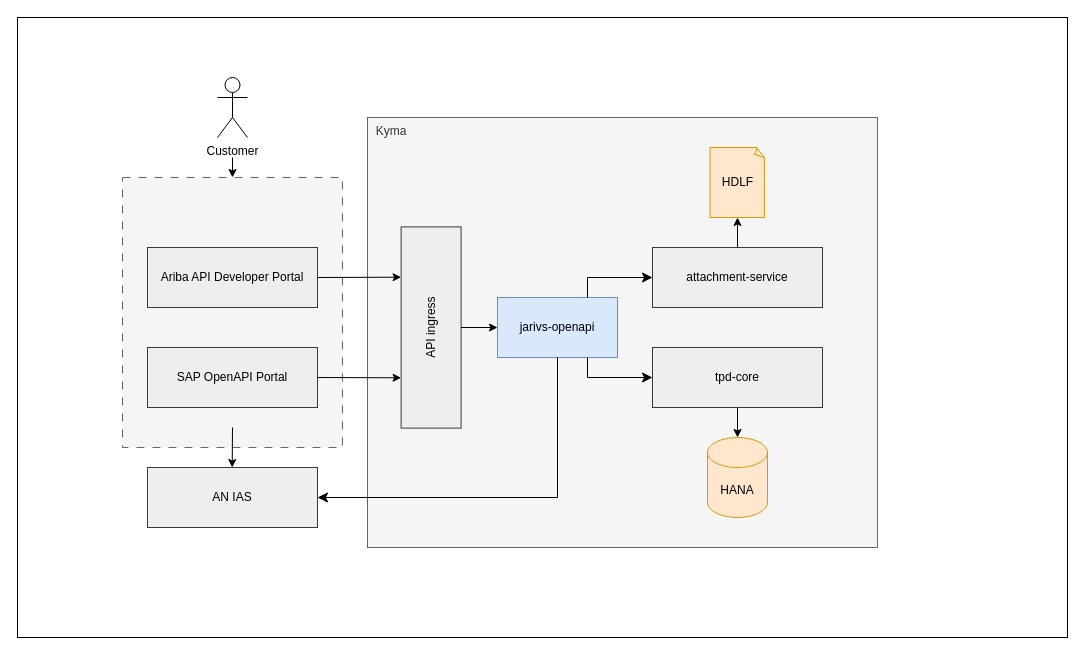
Earlier version of the draw.io diagram page "Page-1" (1 of 2) of certification-ng.drawio (huangshijie/Drawio). Source tidied: cells renumbered, new cells numbered last; positions are measured from the earlier drawing's top-left corner, leaving out a move shared by most shapes. Both pictures are drawn from the tidied source at 100%, with x=0, y=0 at pixel (17, 17).
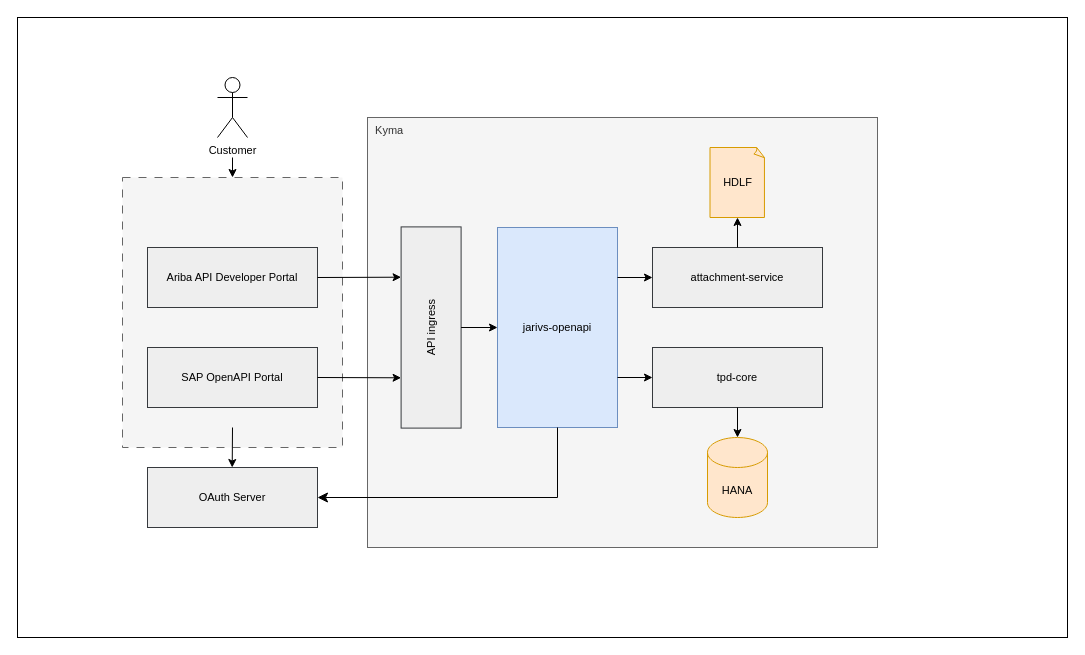
The same page after the edit.

The edit, as a diff of the source:
```diff
@@
-    <mxCell id="2" style="rounded=0;whiteSpace=wrap;html=1;" parent="1" vertex="1">
+    <mxCell id="2" style="rounded=0;whiteSpace=wrap;html=1;fontSize=11;" parent="1" vertex="1">
       <mxGeometry width="1050" height="620" as="geometry" />
     </mxCell>
-    <mxCell id="3" style="rounded=0;whiteSpace=wrap;html=1;fillColor=#f5f5f5;fontColor=#333333;strokeColor=#666666;dashed=1;dashPattern=8 8;" parent="1" vertex="1">
+    <mxCell id="3" style="rounded=0;whiteSpace=wrap;html=1;fillColor=#f5f5f5;fontColor=#333333;strokeColor=#666666;dashed=1;dashPattern=8 8;fontSize=11;" parent="1" vertex="1">
       <mxGeometry x="105" y="160" width="220" height="270" as="geometry" />
     </mxCell>
-    <mxCell id="4" value="&amp;nbsp; Kyma" style="rounded=0;whiteSpace=wrap;html=1;fillColor=#f5f5f5;fontColor=#333333;strokeColor=#666666;align=left;verticalAlign=top;" parent="1" vertex="1">
+    <mxCell id="4" value="&amp;nbsp; Kyma" style="rounded=0;whiteSpace=wrap;html=1;fillColor=#f5f5f5;fontColor=#333333;strokeColor=#666666;align=left;verticalAlign=top;fontSize=11;" parent="1" vertex="1">
       <mxGeometry x="350" y="100" width="510" height="430" as="geometry" />
     </mxCell>
-    <mxCell id="5" value="Ariba API Developer Portal" style="rounded=0;whiteSpace=wrap;html=1;fillColor=#eeeeee;strokeColor=#36393d;" parent="1" vertex="1">
+    <mxCell id="5" value="Ariba API Developer Portal" style="rounded=0;whiteSpace=wrap;html=1;fillColor=#eeeeee;strokeColor=#36393d;fontSize=11;" parent="1" vertex="1">
       <mxGeometry x="130" y="230" width="170" height="60" as="geometry" />
     </mxCell>
-    <mxCell id="6" value="API ingress" style="rounded=0;whiteSpace=wrap;html=1;fillColor=#eeeeee;strokeColor=#36393d;rotation=-90;" parent="1" vertex="1">
+    <mxCell id="6" value="API ingress" style="rounded=0;whiteSpace=wrap;html=1;fillColor=#eeeeee;strokeColor=#36393d;rotation=-90;fontSize=11;" parent="1" vertex="1">
       <mxGeometry x="313" y="280" width="201.2" height="60" as="geometry" />
     </mxCell>
-    <mxCell id="7" value="tpd-core" style="rounded=0;whiteSpace=wrap;html=1;fillColor=#eeeeee;strokeColor=#36393d;" parent="1" vertex="1">
+    <mxCell id="7" value="tpd-core" style="rounded=0;whiteSpace=wrap;html=1;fillColor=#eeeeee;strokeColor=#36393d;fontSize=11;" parent="1" vertex="1">
       <mxGeometry x="635" y="330" width="170" height="60" as="geometry" />
     </mxCell>
-    <mxCell id="8" value="HANA" style="shape=cylinder3;whiteSpace=wrap;html=1;boundedLbl=1;backgroundOutline=1;size=15;fillColor=#ffe6cc;strokeColor=#d79b00;" parent="1" vertex="1">
+    <mxCell id="8" value="HANA" style="shape=cylinder3;whiteSpace=wrap;html=1;boundedLbl=1;backgroundOutline=1;size=15;fillColor=#ffe6cc;strokeColor=#d79b00;fontSize=11;" parent="1" vertex="1">
       <mxGeometry x="690" y="420" width="60" height="80" as="geometry" />
     </mxCell>
-    <mxCell id="9" value="Customer" style="shape=umlActor;verticalLabelPosition=bottom;verticalAlign=top;html=1;" parent="1" vertex="1">
+    <mxCell id="9" value="Customer" style="shape=umlActor;verticalLabelPosition=bottom;verticalAlign=top;html=1;fontSize=11;" parent="1" vertex="1">
       <mxGeometry x="200" y="60" width="30" height="60" as="geometry" />
     </mxCell>
-    <mxCell id="10" value="SAP OpenAPI Portal" style="rounded=0;whiteSpace=wrap;html=1;fillColor=#eeeeee;strokeColor=#36393d;" parent="1" vertex="1">
+    <mxCell id="10" value="SAP OpenAPI Portal" style="rounded=0;whiteSpace=wrap;html=1;fillColor=#eeeeee;strokeColor=#36393d;fontSize=11;" parent="1" vertex="1">
       <mxGeometry x="130" y="330" width="170" height="60" as="geometry" />
     </mxCell>
-    <mxCell id="11" value="attachment-service" style="rounded=0;whiteSpace=wrap;html=1;fillColor=#eeeeee;strokeColor=#36393d;" parent="1" vertex="1">
+    <mxCell id="11" value="attachment-service" style="rounded=0;whiteSpace=wrap;html=1;fillColor=#eeeeee;strokeColor=#36393d;fontSize=11;" parent="1" vertex="1">
       <mxGeometry x="635" y="230" width="170" height="60" as="geometry" />
     </mxCell>
-    <mxCell id="12" value="jarivs-openapi" style="rounded=0;whiteSpace=wrap;html=1;fillColor=#dae8fc;strokeColor=#6c8ebf;rotation=0;" parent="1" vertex="1">
-      <mxGeometry x="480" y="280" width="120" height="60" as="geometry" />
+    <mxCell id="12" value="jarivs-openapi" style="rounded=0;whiteSpace=wrap;html=1;fillColor=#dae8fc;strokeColor=#6c8ebf;rotation=0;fontSize=11;" parent="1" vertex="1">
+      <mxGeometry x="480" y="210" width="120" height="200" as="geometry" />
     </mxCell>
-    <mxCell id="13" value="HDLF" style="whiteSpace=wrap;html=1;shape=mxgraph.basic.document;fillColor=#ffe6cc;strokeColor=#d79b00;" parent="1" vertex="1">
+    <mxCell id="13" value="HDLF" style="whiteSpace=wrap;html=1;shape=mxgraph.basic.document;fillColor=#ffe6cc;strokeColor=#d79b00;fontSize=11;" parent="1" vertex="1">
       <mxGeometry x="692.5" y="130" width="55" height="70" as="geometry" />
     </mxCell>
-    <mxCell id="14" style="endArrow=classic;html=1;rounded=0;exitX=1;exitY=0.5;exitDx=0;exitDy=0;entryX=0.75;entryY=0;entryDx=0;entryDy=0;" parent="1" edge="1" source="5" target="6">
+    <mxCell id="14" style="endArrow=classic;html=1;rounded=0;exitX=1;exitY=0.5;exitDx=0;exitDy=0;entryX=0.75;entryY=0;entryDx=0;entryDy=0;fontSize=11;" parent="1" edge="1" source="5" target="6">
       <mxGeometry relative="1" as="geometry" />
     </mxCell>
-    <mxCell id="15" style="endArrow=classic;html=1;rounded=0;exitX=1;exitY=0.5;exitDx=0;exitDy=0;entryX=0.25;entryY=0;entryDx=0;entryDy=0;" parent="1" edge="1" source="10" target="6">
+    <mxCell id="15" style="endArrow=classic;html=1;rounded=0;exitX=1;exitY=0.5;exitDx=0;exitDy=0;entryX=0.25;entryY=0;entryDx=0;entryDy=0;fontSize=11;" parent="1" edge="1" source="10" target="6">
       <mxGeometry relative="1" as="geometry" />
     </mxCell>
-    <mxCell id="16" style="endArrow=classic;html=1;rounded=0;exitX=0.5;exitY=1;exitDx=0;exitDy=0;" parent="1" edge="1" source="6" target="12">
+    <mxCell id="16" style="endArrow=classic;html=1;rounded=0;exitX=0.5;exitY=1;exitDx=0;exitDy=0;fontSize=11;" parent="1" edge="1" source="6" target="12">
       <mxGeometry relative="1" as="geometry" />
     </mxCell>
-    <mxCell id="17" style="endArrow=classic;html=1;rounded=0;exitX=0.5;exitY=1;exitDx=0;exitDy=0;entryX=0.5;entryY=0;entryDx=0;entryDy=0;entryPerimeter=0;" parent="1" edge="1" source="7" target="8">
+    <mxCell id="17" style="endArrow=classic;html=1;rounded=0;exitX=0.5;exitY=1;exitDx=0;exitDy=0;entryX=0.5;entryY=0;entryDx=0;entryDy=0;entryPerimeter=0;fontSize=11;" parent="1" edge="1" source="7" target="8">
       <mxGeometry relative="1" as="geometry" />
     </mxCell>
-    <mxCell id="18" style="endArrow=classic;html=1;rounded=0;exitX=0.5;exitY=0;exitDx=0;exitDy=0;entryX=0.5;entryY=1;entryDx=0;entryDy=0;entryPerimeter=0;" parent="1" edge="1" source="11" target="13">
+    <mxCell id="18" style="endArrow=classic;html=1;rounded=0;exitX=0.5;exitY=0;exitDx=0;exitDy=0;entryX=0.5;entryY=1;entryDx=0;entryDy=0;entryPerimeter=0;fontSize=11;" parent="1" edge="1" source="11" target="13">
       <mxGeometry relative="1" as="geometry" />
     </mxCell>
-    <mxCell id="19" style="endArrow=classic;html=1;rounded=0;entryX=0.5;entryY=0;entryDx=0;entryDy=0;" parent="1" edge="1" target="3">
+    <mxCell id="19" style="endArrow=classic;html=1;rounded=0;entryX=0.5;entryY=0;entryDx=0;entryDy=0;fontSize=11;" parent="1" edge="1" target="3">
       <mxGeometry relative="1" as="geometry">
         <mxPoint x="215" y="140" as="sourcePoint" />
       </mxGeometry>
     </mxCell>
-    <mxCell id="20" style="edgeStyle=segmentEdgeStyle;endArrow=classic;html=1;curved=0;rounded=0;endSize=8;startSize=8;entryX=0;entryY=0.5;entryDx=0;entryDy=0;exitX=0.75;exitY=0;exitDx=0;exitDy=0;" parent="1" edge="1" source="12" target="11">
-      <mxGeometry relative="1" as="geometry">
-        <Array as="points">
-          <mxPoint x="570" y="260" />
-        </Array>
-      </mxGeometry>
-    </mxCell>
-    <mxCell id="21" style="edgeStyle=segmentEdgeStyle;endArrow=classic;html=1;curved=0;rounded=0;endSize=8;startSize=8;exitX=0.75;exitY=1;exitDx=0;exitDy=0;entryX=0;entryY=0.5;entryDx=0;entryDy=0;" parent="1" edge="1" source="12" target="7">
-      <mxGeometry relative="1" as="geometry">
-        <Array as="points">
-          <mxPoint x="570" y="360" />
-        </Array>
-      </mxGeometry>
-    </mxCell>
-    <mxCell id="22" value="AN IAS" style="rounded=0;whiteSpace=wrap;html=1;fillColor=#eeeeee;strokeColor=#36393d;" parent="1" vertex="1">
+    <mxCell id="22" value="OAuth Server" style="rounded=0;whiteSpace=wrap;html=1;fillColor=#eeeeee;strokeColor=#36393d;fontSize=11;" parent="1" vertex="1">
       <mxGeometry x="130" y="450" width="170" height="60" as="geometry" />
     </mxCell>
-    <mxCell id="23" style="edgeStyle=segmentEdgeStyle;endArrow=classic;html=1;curved=0;rounded=0;endSize=8;startSize=8;exitX=0.5;exitY=1;exitDx=0;exitDy=0;entryX=1;entryY=0.5;entryDx=0;entryDy=0;" parent="1" edge="1" source="12" target="22">
+    <mxCell id="23" style="edgeStyle=segmentEdgeStyle;endArrow=classic;html=1;curved=0;rounded=0;endSize=8;startSize=8;exitX=0.5;exitY=1;exitDx=0;exitDy=0;entryX=1;entryY=0.5;entryDx=0;entryDy=0;fontSize=11;" parent="1" edge="1" source="12" target="22">
       <mxGeometry relative="1" as="geometry">
         <Array as="points">
           <mxPoint x="540" y="480" />
         </Array>
       </mxGeometry>
     </mxCell>
-    <mxCell id="24" style="endArrow=classic;html=1;rounded=0;" parent="1" edge="1">
+    <mxCell id="24" style="endArrow=classic;html=1;rounded=0;fontSize=11;" parent="1" edge="1">
       <mxGeometry relative="1" as="geometry">
         <mxPoint x="215" y="410" as="sourcePoint" />
         <mxPoint x="214.7" y="450" as="targetPoint" />
       </mxGeometry>
     </mxCell>
+    <mxCell id="21" style="endArrow=classic;html=1;rounded=0;exitX=1;exitY=0.75;exitDx=0;exitDy=0;entryX=0;entryY=0.5;entryDx=0;entryDy=0;fontSize=11;" parent="1" edge="1" source="12" target="7">
+      <mxGeometry relative="1" as="geometry" />
+    </mxCell>
+    <mxCell id="20" style="endArrow=classic;html=1;rounded=0;exitX=1;exitY=0.25;exitDx=0;exitDy=0;fontSize=11;" parent="1" edge="1" source="12" target="11">
+      <mxGeometry relative="1" as="geometry" />
+    </mxCell>
```
